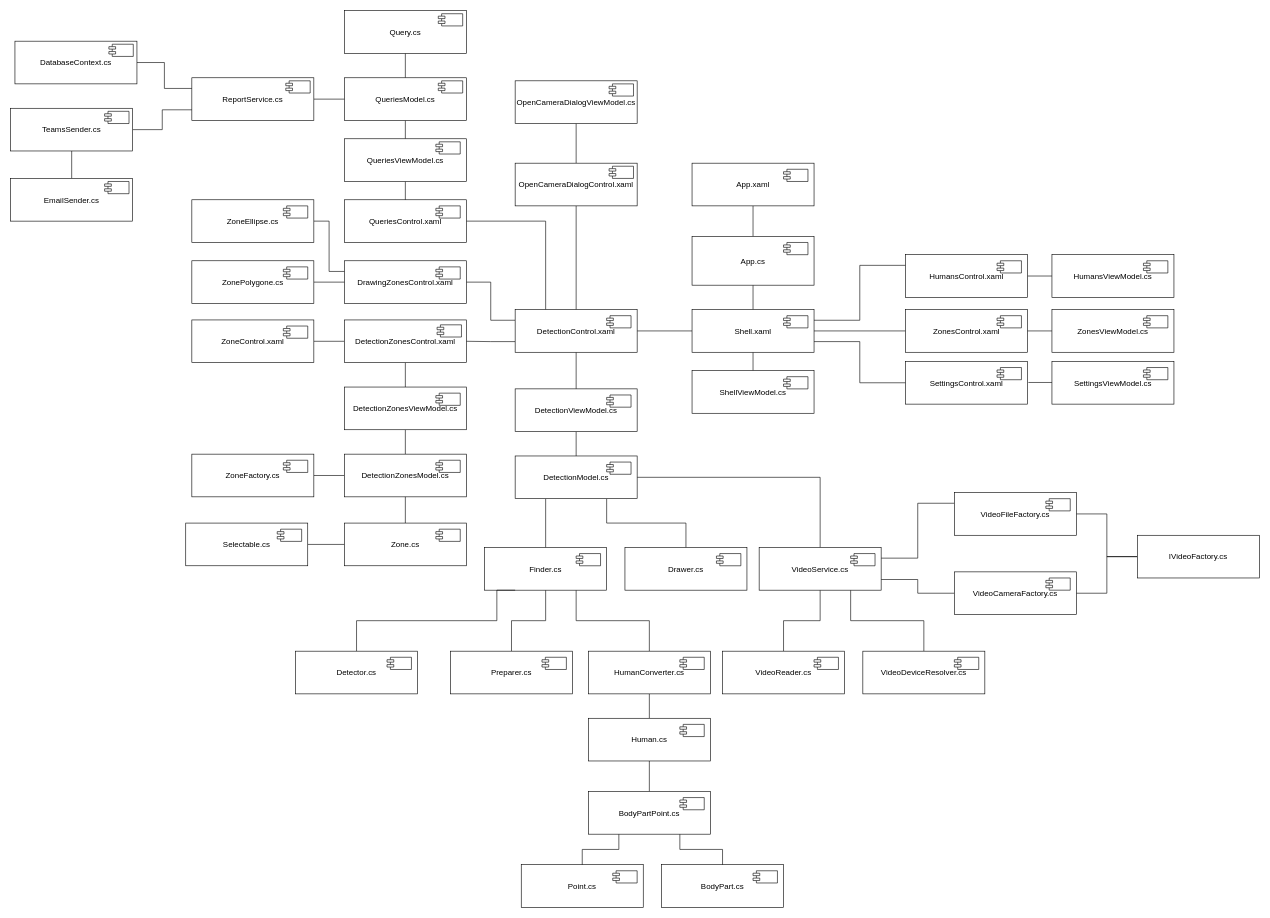
Before: page "Modules" (6 of 8) of Main-diagrams.drawio in GoldGreen/Skeletonization, a draw.io diagram. Source tidied: cells renumbered, new cells numbered last; positions are measured from the earlier drawing's top-left corner, leaving out a move shared by most shapes. Both pictures are drawn from the tidied source at 61%, with x=0, y=0 at pixel (10, 10).
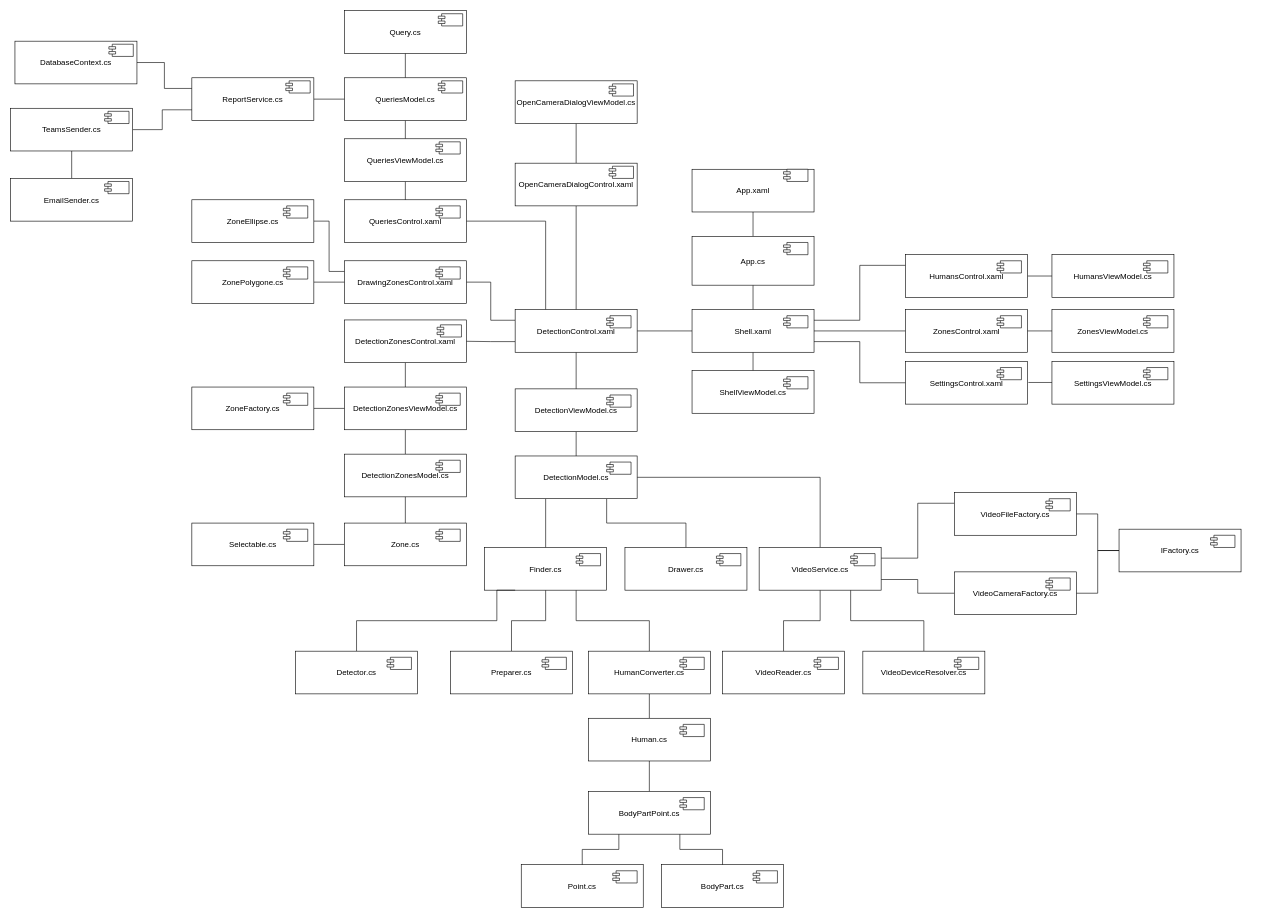
The same page after the edit.

Unchanged cells that the change refers to:
```xml
<mxCell id="43" value="DetectionZonesControl.xaml" style="rounded=0;whiteSpace=wrap;html=1;fontSize=13;" parent="1" vertex="1">
  <mxGeometry x="547" y="507" width="200" height="70" as="geometry" />
</mxCell>
<mxCell id="54" value="DetectionZonesViewModel.cs" style="rounded=0;whiteSpace=wrap;html=1;fontSize=13;" parent="1" vertex="1">
  <mxGeometry x="547" y="617" width="200" height="70" as="geometry" />
</mxCell>
<mxCell id="57" value="DetectionZonesModel.cs" style="rounded=0;whiteSpace=wrap;html=1;fontSize=13;" parent="1" vertex="1">
  <mxGeometry x="547" y="727" width="200" height="70" as="geometry" />
</mxCell>
<mxCell id="126" value="VideoFileFactory.cs" style="rounded=0;whiteSpace=wrap;html=1;fontSize=13;" parent="1" vertex="1">
  <mxGeometry x="1547" y="790" width="200" height="70" as="geometry" />
</mxCell>
<mxCell id="129" value="VideoCameraFactory.cs" style="rounded=0;whiteSpace=wrap;html=1;fontSize=13;" parent="1" vertex="1">
  <mxGeometry x="1547" y="920" width="200" height="70" as="geometry" />
</mxCell>
```

The edit, as a diff of the source:
```diff
@@
     <mxCell id="3" value="App.xaml" style="rounded=0;whiteSpace=wrap;html=1;fontSize=13;" parent="1" vertex="1">
-      <mxGeometry x="1117" y="250" width="200" height="70" as="geometry" />
+      <mxGeometry x="1117" y="260" width="200" height="70" as="geometry" />
     </mxCell>
@@
-    <mxCell id="42" style="edgeStyle=orthogonalEdgeStyle;rounded=0;jettySize=auto;html=1;exitX=0;exitY=0.5;exitDx=0;exitDy=0;entryX=1;entryY=0.5;entryDx=0;entryDy=0;fontSize=13;startArrow=none;startFill=0;endArrow=none;endFill=0;startSize=12;endSize=12;" parent="1" edge="1" source="43" target="67">
-      <mxGeometry relative="1" as="geometry" />
-    </mxCell>
@@
-    <mxCell id="56" style="edgeStyle=orthogonalEdgeStyle;rounded=0;jettySize=auto;html=1;exitX=0;exitY=0.5;exitDx=0;exitDy=0;entryX=1;entryY=0.5;entryDx=0;entryDy=0;fontSize=13;startArrow=none;startFill=0;endArrow=none;endFill=0;startSize=12;endSize=12;" parent="1" edge="1" source="57" target="89">
-      <mxGeometry relative="1" as="geometry" />
-    </mxCell>
@@
-    <mxCell id="67" value="ZoneControl.xaml" style="rounded=0;whiteSpace=wrap;html=1;fontSize=13;" parent="1" vertex="1">
-      <mxGeometry x="297" y="507" width="200" height="70" as="geometry" />
-    </mxCell>
-    <mxCell id="68" style="shape=module;align=left;spacingLeft=20;align=center;verticalAlign=top;fontSize=13;jettyWidth=11;jettyHeight=4;" parent="1" vertex="1">
-      <mxGeometry x="447" y="517" width="40" height="20" as="geometry" />
-    </mxCell>
@@
+    <mxCell id="145" style="edgeStyle=orthogonalEdgeStyle;rounded=0;jettySize=auto;html=1;exitX=1;exitY=0.5;exitDx=0;exitDy=0;entryX=0;entryY=0.5;entryDx=0;entryDy=0;fontSize=16;endArrow=none;endFill=0;startSize=6;endSize=12;" parent="1" edge="1" source="89" target="54">
+      <mxGeometry relative="1" as="geometry" />
+    </mxCell>
     <mxCell id="89" value="ZoneFactory.cs" style="rounded=0;whiteSpace=wrap;html=1;fontSize=13;" parent="1" vertex="1">
-      <mxGeometry x="297" y="727" width="200" height="70" as="geometry" />
+      <mxGeometry x="297" y="617" width="200" height="70" as="geometry" />
     </mxCell>
     <mxCell id="90" style="shape=module;align=left;spacingLeft=20;align=center;verticalAlign=top;fontSize=13;jettyWidth=11;jettyHeight=4;" parent="1" vertex="1">
-      <mxGeometry x="447" y="737" width="40" height="20" as="geometry" />
+      <mxGeometry x="447" y="627" width="40" height="20" as="geometry" />
     </mxCell>
@@
-    <mxCell id="125" style="edgeStyle=orthogonalEdgeStyle;rounded=0;jettySize=auto;html=1;exitX=1;exitY=0.5;exitDx=0;exitDy=0;entryX=0;entryY=0.5;entryDx=0;entryDy=0;fontSize=13;startArrow=none;startFill=0;endArrow=none;endFill=0;startSize=12;endSize=12;" parent="1" edge="1" source="126" target="142">
+    <mxCell id="125" style="edgeStyle=orthogonalEdgeStyle;rounded=0;jettySize=auto;html=1;exitX=1;exitY=0.5;exitDx=0;exitDy=0;entryX=0;entryY=0.5;entryDx=0;entryDy=0;fontSize=18;endArrow=none;endFill=0;startSize=6;endSize=12;" parent="1" edge="1" source="126" target="142">
       <mxGeometry relative="1" as="geometry" />
     </mxCell>
@@
-    <mxCell id="128" style="edgeStyle=orthogonalEdgeStyle;rounded=0;jettySize=auto;html=1;exitX=1;exitY=0.5;exitDx=0;exitDy=0;entryX=0;entryY=0.5;entryDx=0;entryDy=0;fontSize=13;startArrow=none;startFill=0;endArrow=none;endFill=0;startSize=12;endSize=12;" parent="1" edge="1" source="129" target="142">
+    <mxCell id="128" style="edgeStyle=orthogonalEdgeStyle;rounded=0;jettySize=auto;html=1;exitX=1;exitY=0.5;exitDx=0;exitDy=0;entryX=0;entryY=0.5;entryDx=0;entryDy=0;fontSize=18;endArrow=none;endFill=0;startSize=6;endSize=12;" parent="1" edge="1" source="129" target="142">
       <mxGeometry relative="1" as="geometry" />
     </mxCell>
@@
-    <mxCell id="142" value="IVideoFactory.cs" style="rounded=0;whiteSpace=wrap;html=1;fontSize=13;" parent="1" vertex="1">
-      <mxGeometry x="1847" y="860" width="200" height="70" as="geometry" />
+    <mxCell id="142" value="IFactory.cs" style="rounded=0;whiteSpace=wrap;html=1;fontSize=13;" parent="1" vertex="1">
+      <mxGeometry x="1817" y="850" width="200" height="70" as="geometry" />
     </mxCell>
     <mxCell id="143" value="Selectable.cs" style="rounded=0;whiteSpace=wrap;html=1;fontSize=13;" parent="1" vertex="1">
-      <mxGeometry x="287" y="840" width="200" height="70" as="geometry" />
+      <mxGeometry x="297" y="840" width="200" height="70" as="geometry" />
     </mxCell>
     <mxCell id="144" style="shape=module;align=left;spacingLeft=20;align=center;verticalAlign=top;fontSize=13;jettyWidth=11;jettyHeight=4;" parent="1" vertex="1">
-      <mxGeometry x="437" y="850" width="40" height="20" as="geometry" />
+      <mxGeometry x="447" y="850" width="40" height="20" as="geometry" />
     </mxCell>
+    <mxCell id="146" style="shape=module;align=left;spacingLeft=20;align=center;verticalAlign=top;fontSize=13;jettyWidth=11;jettyHeight=4;" parent="1" vertex="1">
+      <mxGeometry x="1967" y="860" width="40" height="20" as="geometry" />
+    </mxCell>
```
